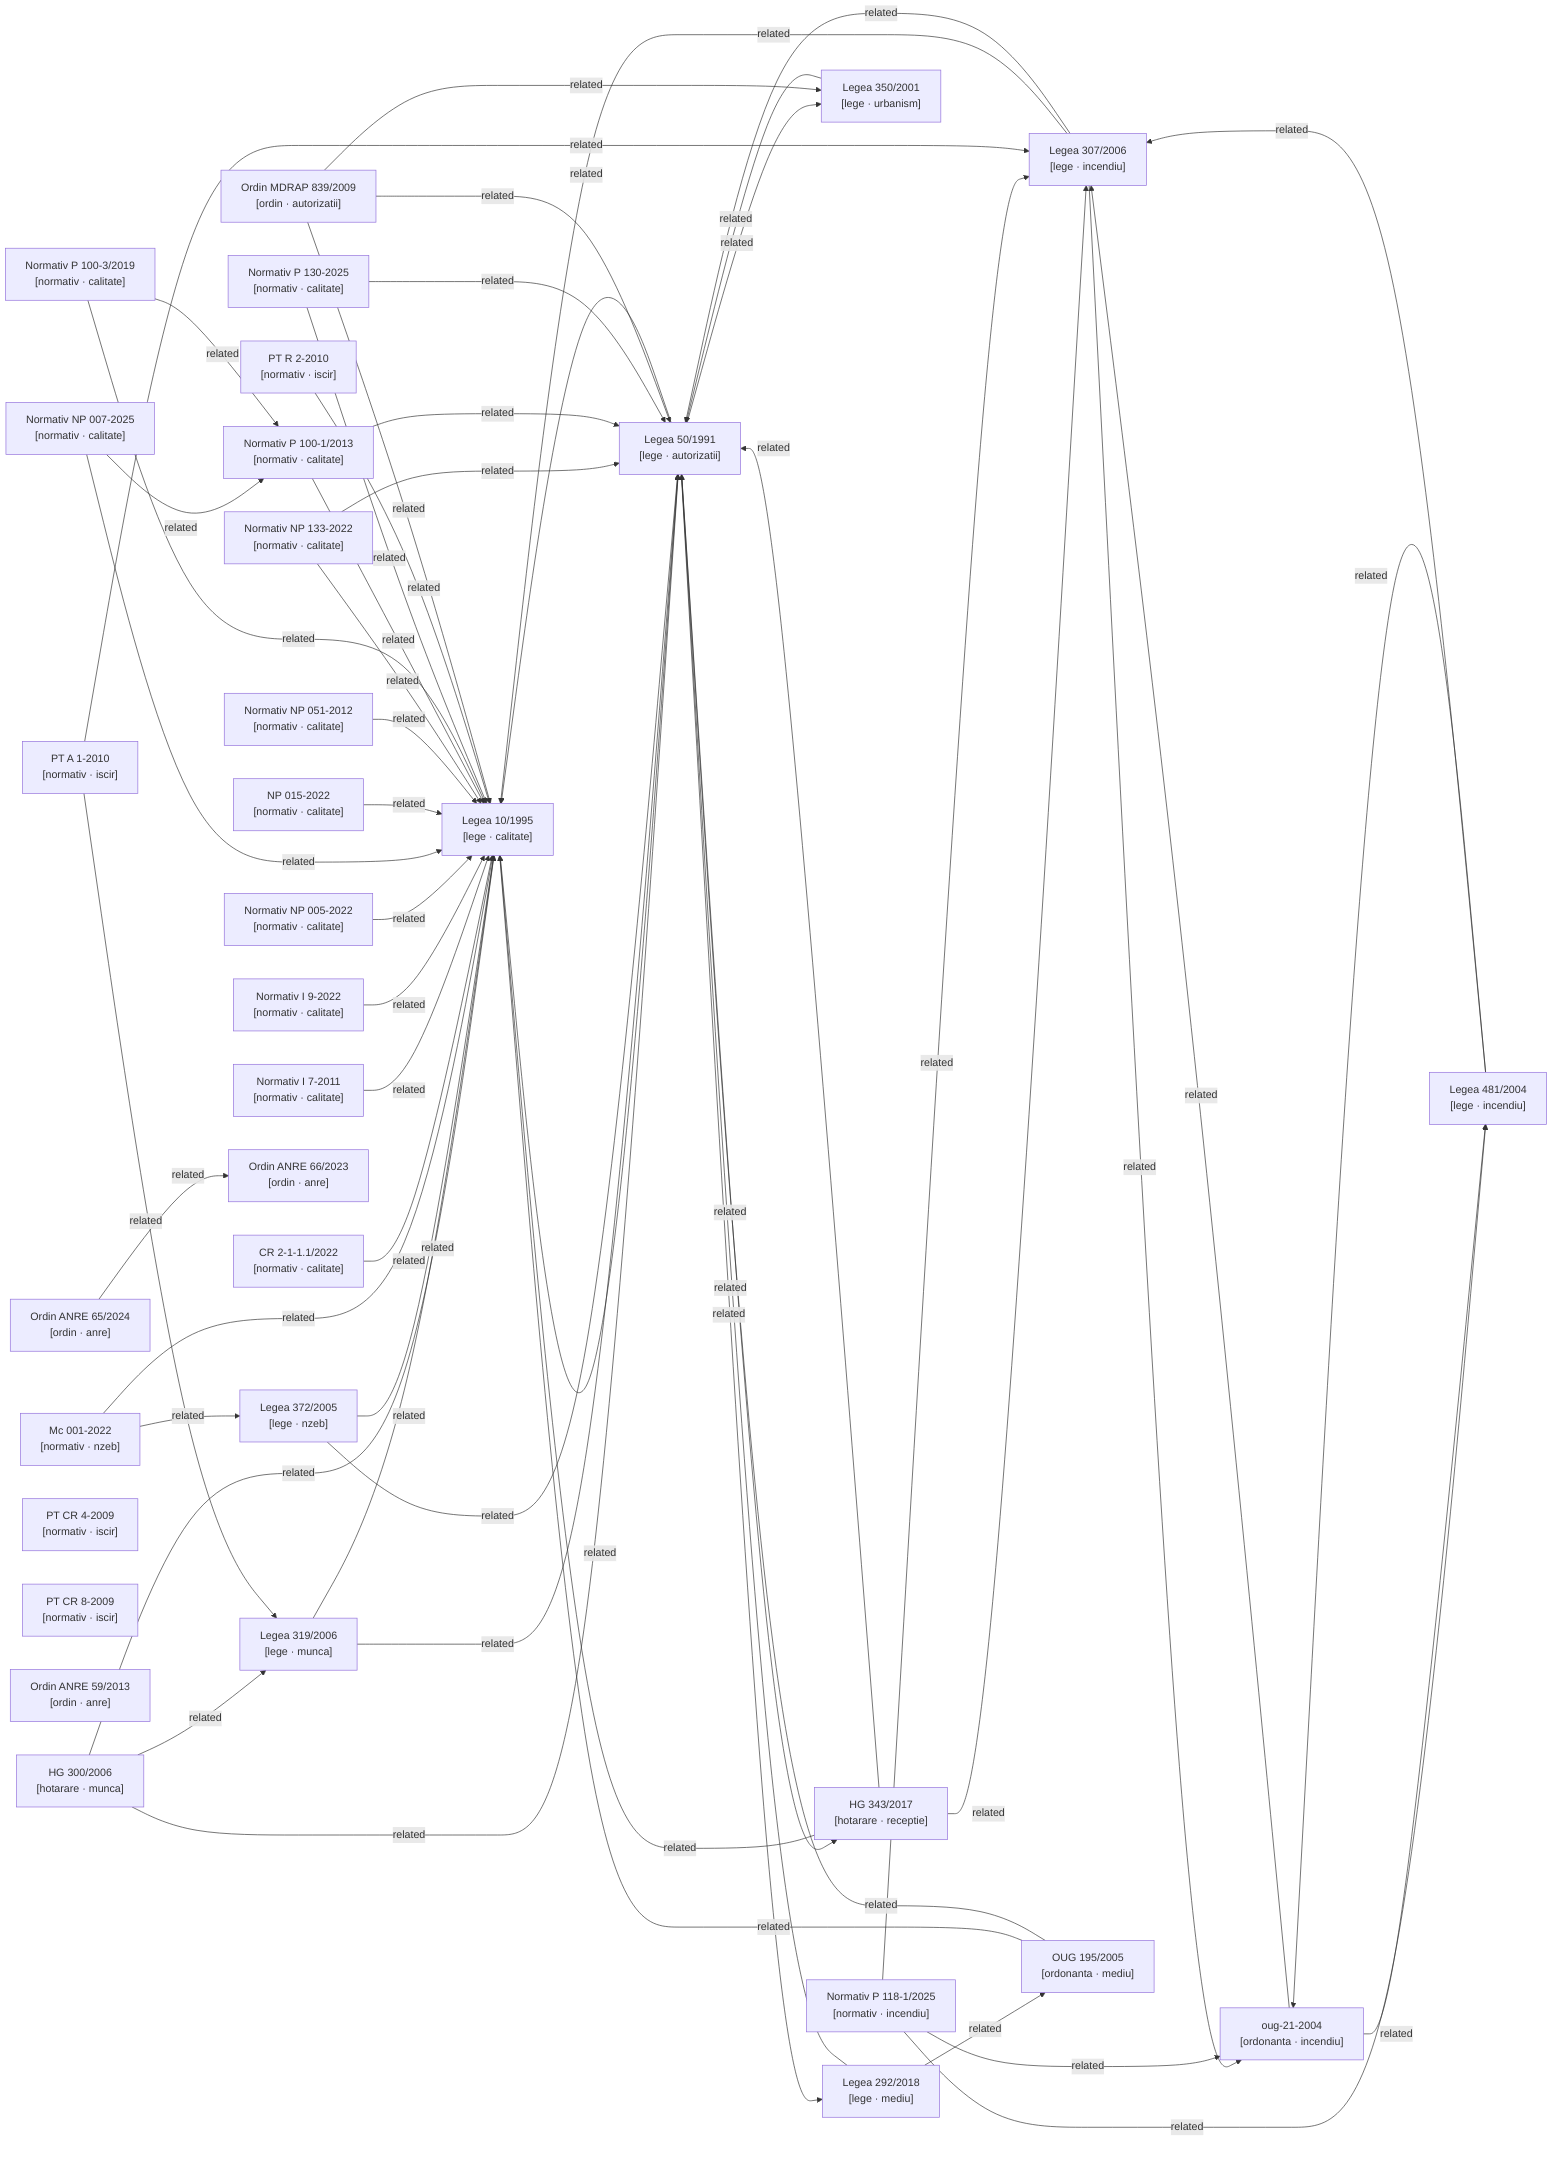
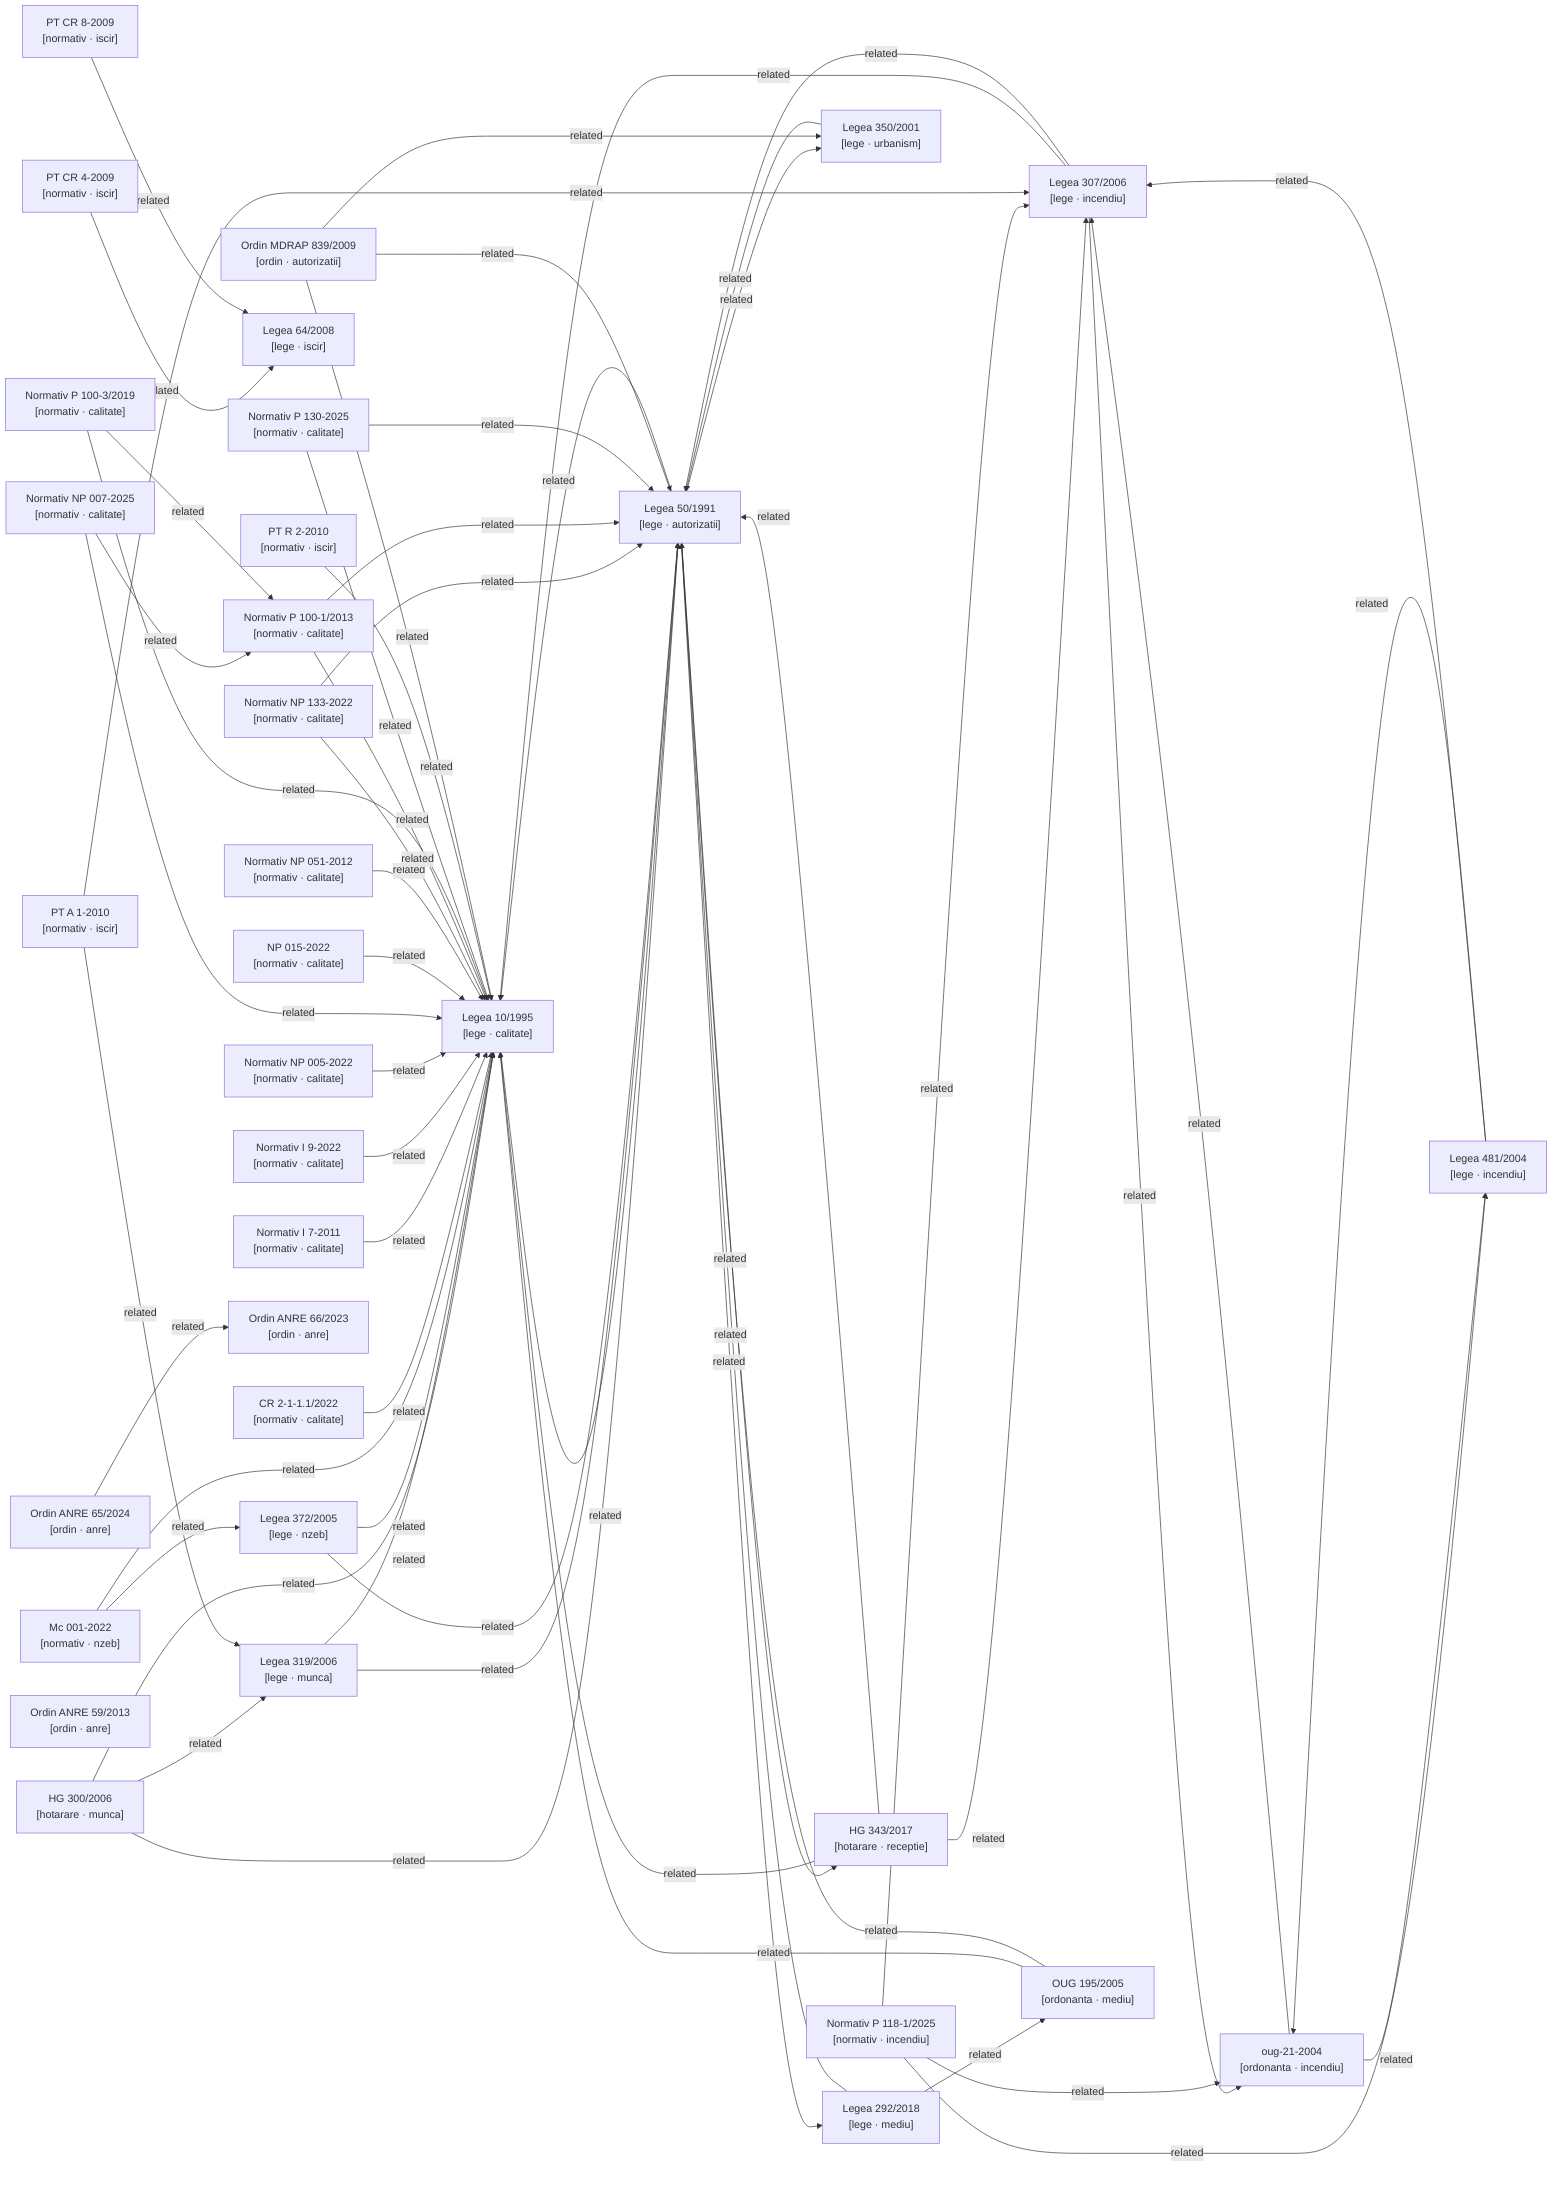
graph LR

  %% Nodes
  hg-300-2006["HG 300/2006\n[hotarare · munca]"]
  hg-343-2017["HG 343/2017\n[hotarare · receptie]"]
  lege-10-1995["Legea 10/1995\n[lege · calitate]"]
  lege-292-2018["Legea 292/2018\n[lege · mediu]"]
  lege-307-2006["Legea 307/2006\n[lege · incendiu]"]
  lege-319-2006["Legea 319/2006\n[lege · munca]"]
  lege-350-2001["Legea 350/2001\n[lege · urbanism]"]
  lege-372-2005["Legea 372/2005\n[lege · nzeb]"]
  lege-481-2004["Legea 481/2004\n[lege · incendiu]"]
  lege-50-1991["Legea 50/1991\n[lege · autorizatii]"]
+   lege-64-2008["Legea 64/2008\n[lege · iscir]"]
  metodologie-mc001-2022["Mc 001-2022\n[normativ · nzeb]"]
  normativ-cr2-1-1-1-2022["CR 2-1-1.1/2022\n[normativ · calitate]"]
  normativ-i7-2011["Normativ I 7-2011\n[normativ · calitate]"]
  normativ-i9-2022["Normativ I 9-2022\n[normativ · calitate]"]
  normativ-np005-2022["Normativ NP 005-2022\n[normativ · calitate]"]
  normativ-np007-2025["Normativ NP 007-2025\n[normativ · calitate]"]
  normativ-np015-2022["NP 015-2022\n[normativ · calitate]"]
  normativ-np051-2012["Normativ NP 051-2012\n[normativ · calitate]"]
  normativ-np133-2022["Normativ NP 133-2022\n[normativ · calitate]"]
  normativ-p100-1-2013["Normativ P 100-1/2013\n[normativ · calitate]"]
  normativ-p100-3-2019["Normativ P 100-3/2019\n[normativ · calitate]"]
  normativ-p118-1-2025["Normativ P 118-1/2025\n[normativ · incendiu]"]
  normativ-p130-2025["Normativ P 130-2025\n[normativ · calitate]"]
  normativ-pt-a1-2010["PT A 1-2010\n[normativ · iscir]"]
  normativ-pt-cr4-2009["PT CR 4-2009\n[normativ · iscir]"]
  normativ-pt-cr8-2009["PT CR 8-2009\n[normativ · iscir]"]
  normativ-pt-r2-2010["PT R 2-2010\n[normativ · iscir]"]
  ordin-839-2009["Ordin MDRAP 839/2009\n[ordin · autorizatii]"]
  ordin-anre-59-2013["Ordin ANRE 59/2013\n[ordin · anre]"]
  ordin-anre-65-2024["Ordin ANRE 65/2024\n[ordin · anre]"]
  ordin-anre-66-2023["Ordin ANRE 66/2023\n[ordin · anre]"]
  oug-195-2005["OUG 195/2005\n[ordonanta · mediu]"]
  oug-21-2004["oug-21-2004\n[ordonanta · incendiu]"]

  %% Confirmed relationships (from metadata related_acts)
  hg-300-2006 -->|related| lege-10-1995
  hg-300-2006 -->|related| lege-319-2006
  hg-300-2006 -->|related| lege-50-1991
  hg-343-2017 -->|related| lege-10-1995
  hg-343-2017 -->|related| lege-307-2006
  hg-343-2017 -->|related| lege-50-1991
  lege-10-1995 -->|related| lege-50-1991
  lege-292-2018 -->|related| lege-50-1991
  lege-292-2018 -->|related| oug-195-2005
  lege-307-2006 -->|related| lege-10-1995
  lege-307-2006 -->|related| lege-50-1991
  lege-307-2006 -->|related| oug-21-2004
  lege-319-2006 -->|related| lege-10-1995
  lege-319-2006 -->|related| lege-50-1991
  lege-350-2001 -->|related| lege-50-1991
  lege-372-2005 -->|related| lege-10-1995
  lege-372-2005 -->|related| lege-50-1991
  lege-481-2004 -->|related| lege-307-2006
  lege-481-2004 -->|related| oug-21-2004
  lege-50-1991 -->|related| hg-343-2017
  lege-50-1991 -->|related| lege-10-1995
  lege-50-1991 -->|related| lege-292-2018
  lege-50-1991 -->|related| lege-350-2001
  metodologie-mc001-2022 -->|related| lege-10-1995
  metodologie-mc001-2022 -->|related| lege-372-2005
  normativ-cr2-1-1-1-2022 -->|related| lege-10-1995
  normativ-i7-2011 -->|related| lege-10-1995
  normativ-i9-2022 -->|related| lege-10-1995
  normativ-np005-2022 -->|related| lege-10-1995
  normativ-np007-2025 -->|related| lege-10-1995
  normativ-np007-2025 -->|related| normativ-p100-1-2013
  normativ-np015-2022 -->|related| lege-10-1995
  normativ-np051-2012 -->|related| lege-10-1995
  normativ-np133-2022 -->|related| lege-10-1995
  normativ-np133-2022 -->|related| lege-50-1991
  normativ-p100-1-2013 -->|related| lege-10-1995
  normativ-p100-1-2013 -->|related| lege-50-1991
  normativ-p100-3-2019 -->|related| lege-10-1995
  normativ-p100-3-2019 -->|related| normativ-p100-1-2013
  normativ-p118-1-2025 -->|related| lege-307-2006
  normativ-p118-1-2025 -->|related| lege-481-2004
  normativ-p118-1-2025 -->|related| oug-21-2004
  normativ-p130-2025 -->|related| lege-10-1995
  normativ-p130-2025 -->|related| lege-50-1991
  normativ-pt-a1-2010 -->|related| lege-307-2006
  normativ-pt-a1-2010 -->|related| lege-319-2006
+   normativ-pt-cr4-2009 -->|related| lege-64-2008
+   normativ-pt-cr8-2009 -->|related| lege-64-2008
  normativ-pt-r2-2010 -->|related| lege-10-1995
  ordin-839-2009 -->|related| lege-10-1995
  ordin-839-2009 -->|related| lege-350-2001
  ordin-839-2009 -->|related| lege-50-1991
  ordin-anre-65-2024 -->|related| ordin-anre-66-2023
  oug-195-2005 -->|related| lege-10-1995
  oug-195-2005 -->|related| lege-50-1991
  oug-21-2004 -->|related| lege-307-2006
  oug-21-2004 -->|related| lege-481-2004

  %% Auto-detected relationships (needs_review)
